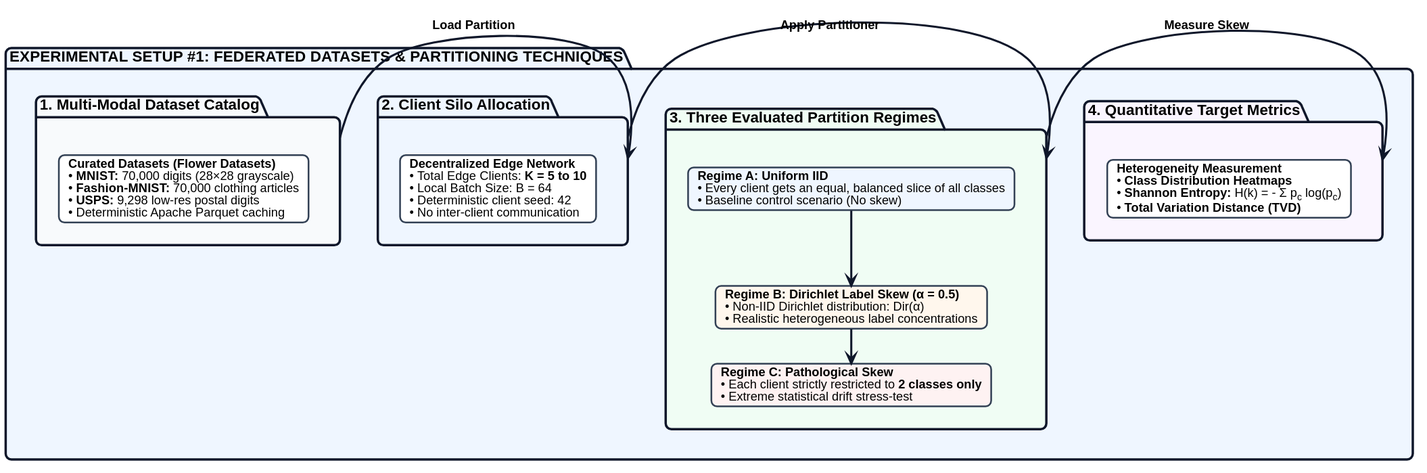
Above: diagrams/03-system-architecture/slide_presentation/slide_31_setup1_partitioning.svg in bernardbdas/research (PlantUML), before the change. Its diagram source:
```plantuml
@startuml
top to bottom direction

skinparam monochrome false
skinparam shadowing false
skinparam roundcorner 12
skinparam defaultFontName "Helvetica"
skinparam defaultFontSize 14
skinparam ranksep 35
skinparam nodesep 25

skinparam package {
    BackgroundColor #FFFFFF
    BorderColor #0F172A
    BorderThickness 2.5
    FontStyle bold
    FontSize 16
}

skinparam card {
    BackgroundColor #FFFFFF
    BorderColor #334155
    BorderThickness 1.8
    FontSize 13
}

skinparam arrow {
    Color #0F172A
    Thickness 2.2
    FontSize 13
    FontStyle bold
}

package "EXPERIMENTAL SETUP #1: FEDERATED DATASETS & PARTITIONING TECHNIQUES" as Setup1 #EFF6FF {

    package "1. Multi-Modal Dataset Catalog" as S1 #F8FAFC {
        card "<b>Curated Datasets (Flower Datasets)</b>\n• <b>MNIST:</b> 70,000 digits (28×28 grayscale)\n• <b>Fashion-MNIST:</b> 70,000 clothing articles\n• <b>USPS:</b> 9,298 low-res postal digits\n• Deterministic Apache Parquet caching" as DataCard #FFFFFF
    }

    package "2. Client Silo Allocation" as S2 #EFF6FF {
        card "<b>Decentralized Edge Network</b>\n• Total Edge Clients: <b>K = 5 to 10</b>\n• Local Batch Size: B = 64\n• Deterministic client seed: 42\n• No inter-client communication" as ClientCard #FFFFFF
    }

    package "3. Three Evaluated Partition Regimes" as S3 #F0FDF4 {
        card "<b>Regime A: Uniform IID</b>\n• Every client gets an equal, balanced slice of all classes\n• Baseline control scenario (No skew)" as RegIID #EFF6FF

        card "<b>Regime B: Dirichlet Label Skew (α = 0.5)</b>\n• Non-IID Dirichlet distribution: Dir(α)\n• Realistic heterogeneous label concentrations" as RegDir #FFF7ED

        card "<b>Regime C: Pathological Skew</b>\n• Each client strictly restricted to <b>2 classes only</b>\n• Extreme statistical drift stress-test" as RegPath #FEF2F2

        RegIID -down-> RegDir
        RegDir -down-> RegPath
    }

    package "4. Quantitative Target Metrics" as S4 #FAF5FF {
        card "<b>Heterogeneity Measurement</b>\n• <b>Class Distribution Heatmaps</b>\n• <b>Shannon Entropy:</b> H(k) = - Σ p<sub>c</sub> log(p<sub>c</sub>)\n• <b>Total Variation Distance (TVD)</b>" as MetricCard #FFFFFF
    }

    S1 -right-> S2 : Load Partition
    S2 -right-> S3 : Apply Partitioner
    S3 -right-> S4 : Measure Skew
}
@enduml
```
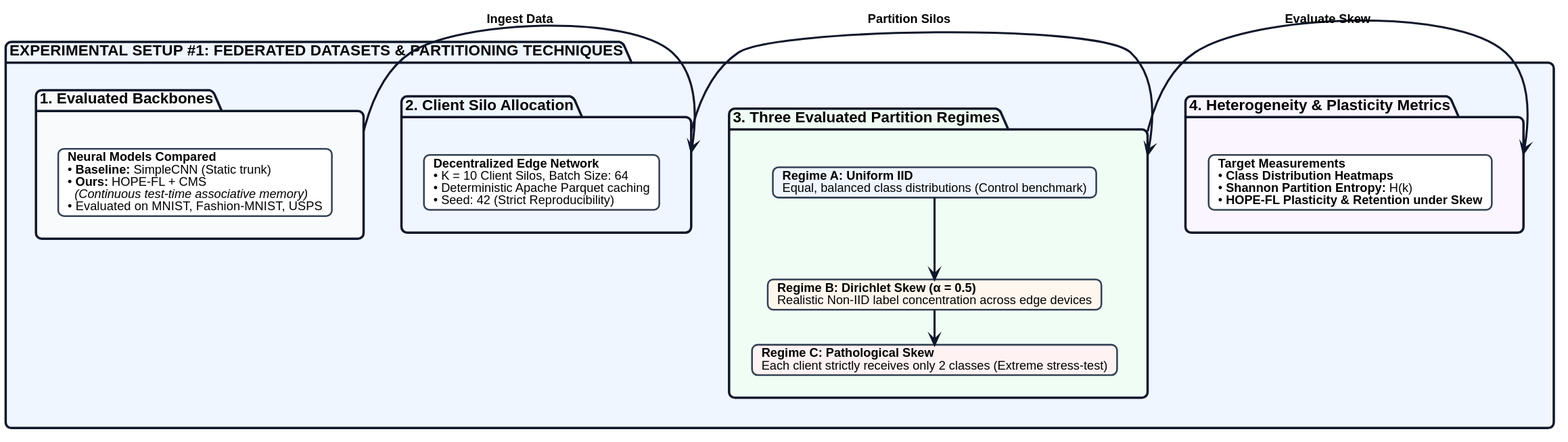
Later version of the same file.

The edit, as a diff of the source:
```diff
@@ -33,31 +33,31 @@
 
 package "EXPERIMENTAL SETUP #1: FEDERATED DATASETS & PARTITIONING TECHNIQUES" as Setup1 #EFF6FF {
 
-    package "1. Multi-Modal Dataset Catalog" as S1 #F8FAFC {
-        card "<b>Curated Datasets (Flower Datasets)</b>\n• <b>MNIST:</b> 70,000 digits (28×28 grayscale)\n• <b>Fashion-MNIST:</b> 70,000 clothing articles\n• <b>USPS:</b> 9,298 low-res postal digits\n• Deterministic Apache Parquet caching" as DataCard #FFFFFF
+    package "1. Evaluated Backbones" as S1 #F8FAFC {
+        card "<b>Neural Models Compared</b>\n• <b>Baseline:</b> SimpleCNN (Static trunk)\n• <b>Ours:</b> HOPE-FL + CMS\n  <i>(Continuous test-time associative memory)</i>\n• Evaluated on MNIST, Fashion-MNIST, USPS" as M1 #FFFFFF
     }
 
     package "2. Client Silo Allocation" as S2 #EFF6FF {
-        card "<b>Decentralized Edge Network</b>\n• Total Edge Clients: <b>K = 5 to 10</b>\n• Local Batch Size: B = 64\n• Deterministic client seed: 42\n• No inter-client communication" as ClientCard #FFFFFF
+        card "<b>Decentralized Edge Network</b>\n• K = 10 Client Silos, Batch Size: 64\n• Deterministic Apache Parquet caching\n• Seed: 42 (Strict Reproducibility)" as M2 #FFFFFF
     }
 
     package "3. Three Evaluated Partition Regimes" as S3 #F0FDF4 {
-        card "<b>Regime A: Uniform IID</b>\n• Every client gets an equal, balanced slice of all classes\n• Baseline control scenario (No skew)" as RegIID #EFF6FF
+        card "<b>Regime A: Uniform IID</b>\nEqual, balanced class distributions (Control benchmark)" as R1 #EFF6FF
 
-        card "<b>Regime B: Dirichlet Label Skew (α = 0.5)</b>\n• Non-IID Dirichlet distribution: Dir(α)\n• Realistic heterogeneous label concentrations" as RegDir #FFF7ED
+        card "<b>Regime B: Dirichlet Skew (α = 0.5)</b>\nRealistic Non-IID label concentration across edge devices" as R2 #FFF7ED
 
-        card "<b>Regime C: Pathological Skew</b>\n• Each client strictly restricted to <b>2 classes only</b>\n• Extreme statistical drift stress-test" as RegPath #FEF2F2
+        card "<b>Regime C: Pathological Skew</b>\nEach client strictly receives only 2 classes (Extreme stress-test)" as R3 #FEF2F2
 
-        RegIID -down-> RegDir
-        RegDir -down-> RegPath
+        R1 -down-> R2
+        R2 -down-> R3
     }
 
-    package "4. Quantitative Target Metrics" as S4 #FAF5FF {
-        card "<b>Heterogeneity Measurement</b>\n• <b>Class Distribution Heatmaps</b>\n• <b>Shannon Entropy:</b> H(k) = - Σ p<sub>c</sub> log(p<sub>c</sub>)\n• <b>Total Variation Distance (TVD)</b>" as MetricCard #FFFFFF
+    package "4. Heterogeneity & Plasticity Metrics" as S4 #FAF5FF {
+        card "<b>Target Measurements</b>\n• <b>Class Distribution Heatmaps</b>\n• <b>Shannon Partition Entropy:</b> H(k)\n• <b>HOPE-FL Plasticity & Retention under Skew</b>" as M4 #FFFFFF
     }
 
-    S1 -right-> S2 : Load Partition
-    S2 -right-> S3 : Apply Partitioner
-    S3 -right-> S4 : Measure Skew
+    S1 -right-> S2 : Ingest Data
+    S2 -right-> S3 : Partition Silos
+    S3 -right-> S4 : Evaluate Skew
 }
 @enduml
```
